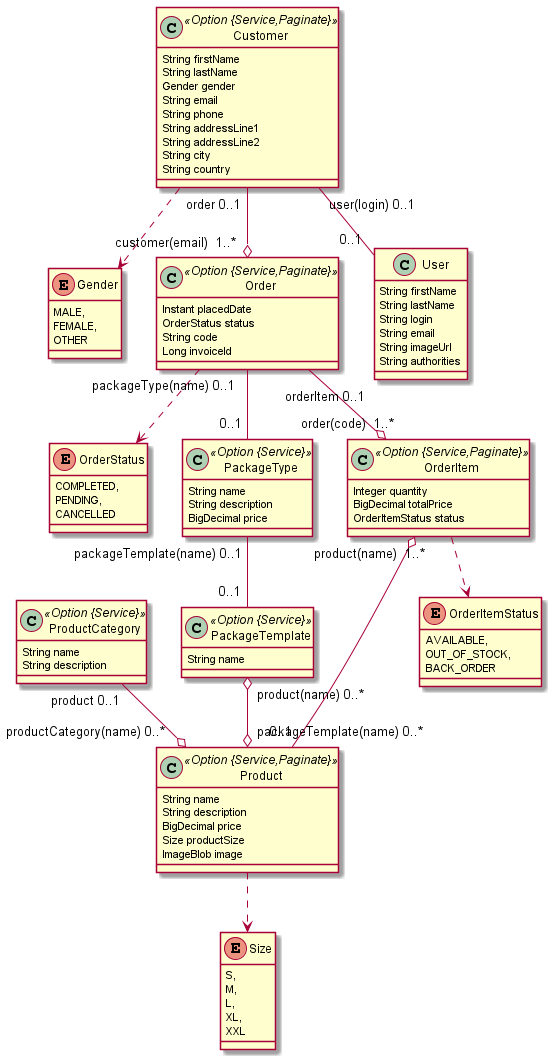
Before: meinapero.png, a diagram exported from PlantUML (EPB1996/deinApero). Source of this version:
```plantuml
@startuml
	!pragma syntax class
	class Product <<Option {Service,Paginate}>> {
		String name
		String description
		BigDecimal price
		Size productSize
		ImageBlob image
	}
	Product ..> Size
	enum Size {
		S,
		M,
		L,
		XL,
		XXL
	}
	class ProductCategory <<Option {Service}>> {
		String name
		String description
	}
	class Customer <<Option {Service,Paginate}>> {
		String firstName
		String lastName
		Gender gender
		String email
		String phone
		String addressLine1
		String addressLine2
		String city
		String country
	}
	Customer ..> Gender
	enum Gender {
		MALE,
		FEMALE,
		OTHER
	}
	class Order <<Option {Service,Paginate}>> {
		Instant placedDate
		OrderStatus status
		String code
		Long invoiceId
	}
	Order ..> OrderStatus
	class PackageType <<Option {Service}>> {
		String name
		String description
		BigDecimal price
	}
	class PackageTemplate <<Option {Service}>> {
		String name
	}
	enum OrderStatus {
		COMPLETED,
		PENDING,
		CANCELLED
	}
	class OrderItem <<Option {Service,Paginate}>> {
		Integer quantity
		BigDecimal totalPrice
		OrderItemStatus status
	}
	OrderItem ..> OrderItemStatus
	enum OrderItemStatus {
		AVAILABLE,
		OUT_OF_STOCK,
		BACK_ORDER
	}
	Customer  "user(login) 0..1 " -- "0..1 "  User
	PackageType  "packageTemplate(name) 0..1 " -- "0..1 "  PackageTemplate
	Order  "packageType(name) 0..1 " -- "0..1 "  PackageType
	OrderItem  "product(name)  1..* " o-- "0..1 "  Product
	Customer  "order 0..1 " --o "customer(email)  1..* "  Order
	Order  "orderItem 0..1 " --o "order(code)  1..* "  OrderItem
	ProductCategory  "product 0..1 " --o "productCategory(name) 0..* "  Product
	PackageTemplate  "product(name) 0..* " o--o "packageTemplate(name) 0..* "  Product
	class User  {
		String firstName
		String lastName
		String login
		String email
		String imageUrl
		String authorities
	}
@enduml
```
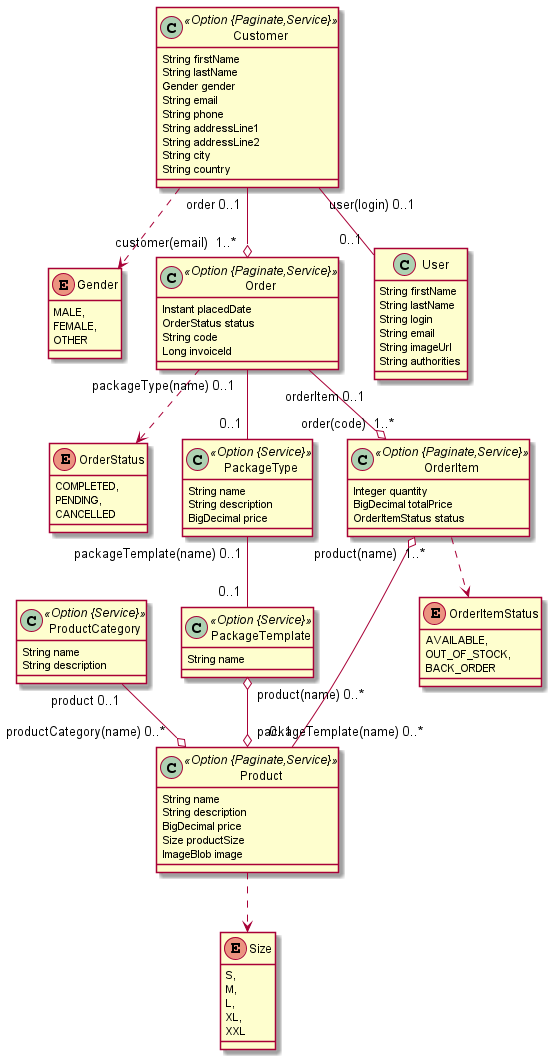
After the commit.

Change to the diagram source:
```diff
@@ -1,6 +1,6 @@
 @startuml
 	!pragma syntax class
-	class Product <<Option {Service,Paginate}>> {
+	class Product <<Option {Paginate,Service}>> {
 		String name
 		String description
 		BigDecimal price
@@ -19,7 +19,7 @@
 		String name
 		String description
 	}
-	class Customer <<Option {Service,Paginate}>> {
+	class Customer <<Option {Paginate,Service}>> {
 		String firstName
 		String lastName
 		Gender gender
@@ -36,7 +36,7 @@
 		FEMALE,
 		OTHER
 	}
-	class Order <<Option {Service,Paginate}>> {
+	class Order <<Option {Paginate,Service}>> {
 		Instant placedDate
 		OrderStatus status
 		String code
@@ -56,7 +56,7 @@
 		PENDING,
 		CANCELLED
 	}
-	class OrderItem <<Option {Service,Paginate}>> {
+	class OrderItem <<Option {Paginate,Service}>> {
 		Integer quantity
 		BigDecimal totalPrice
 		OrderItemStatus status
```
